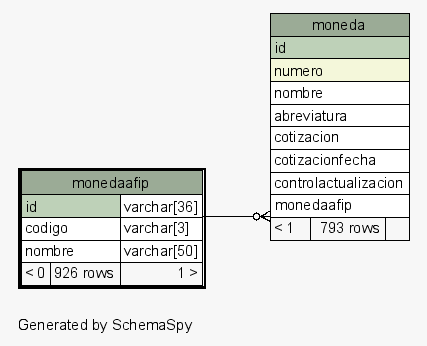
Before: postgresql/schemaSpy/salida/diagrams/monedaafip.1degree.png, a diagram exported from Graphviz (diegopablomansilla/massoftware_front). Its source is kept beside it as postgresql/schemaSpy/salida/diagrams/monedaafip.1degree.dot.
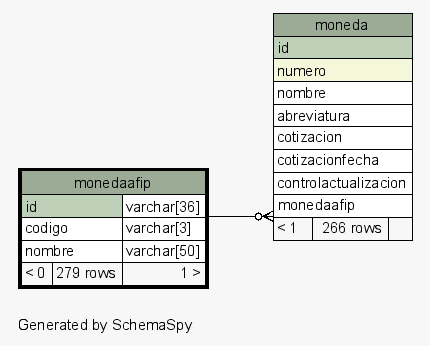
The same diagram one commit later.

What changed in the source:
```diff
@@ -30,7 +30,7 @@
       <TR><TD PORT="cotizacionfecha" COLSPAN="3" ALIGN="LEFT">cotizacionfecha</TD></TR>
       <TR><TD PORT="controlactualizacion" COLSPAN="3" ALIGN="LEFT">controlactualizacion</TD></TR>
       <TR><TD PORT="monedaafip" COLSPAN="3" ALIGN="LEFT">monedaafip</TD></TR>
-      <TR><TD ALIGN="LEFT" BGCOLOR="#f7f7f7">&lt; 1</TD><TD ALIGN="RIGHT" BGCOLOR="#f7f7f7">793 rows</TD><TD ALIGN="RIGHT" BGCOLOR="#f7f7f7">  </TD></TR>
+      <TR><TD ALIGN="LEFT" BGCOLOR="#f7f7f7">&lt; 1</TD><TD ALIGN="RIGHT" BGCOLOR="#f7f7f7">266 rows</TD><TD ALIGN="RIGHT" BGCOLOR="#f7f7f7">  </TD></TR>
     </TABLE>>
     URL="moneda.html"
     tooltip="moneda"
@@ -42,7 +42,7 @@
       <TR><TD PORT="id" COLSPAN="2" BGCOLOR="#bed1b8" ALIGN="LEFT">id</TD><TD PORT="id.type" ALIGN="LEFT">varchar[36]</TD></TR>
       <TR><TD PORT="codigo" COLSPAN="2" ALIGN="LEFT">codigo</TD><TD PORT="codigo.type" ALIGN="LEFT">varchar[3]</TD></TR>
       <TR><TD PORT="nombre" COLSPAN="2" ALIGN="LEFT">nombre</TD><TD PORT="nombre.type" ALIGN="LEFT">varchar[50]</TD></TR>
-      <TR><TD ALIGN="LEFT" BGCOLOR="#f7f7f7">&lt; 0</TD><TD ALIGN="RIGHT" BGCOLOR="#f7f7f7">926 rows</TD><TD ALIGN="RIGHT" BGCOLOR="#f7f7f7">1 &gt;</TD></TR>
+      <TR><TD ALIGN="LEFT" BGCOLOR="#f7f7f7">&lt; 0</TD><TD ALIGN="RIGHT" BGCOLOR="#f7f7f7">279 rows</TD><TD ALIGN="RIGHT" BGCOLOR="#f7f7f7">1 &gt;</TD></TR>
     </TABLE>>
     URL="monedaafip.html"
     tooltip="monedaafip"
```
